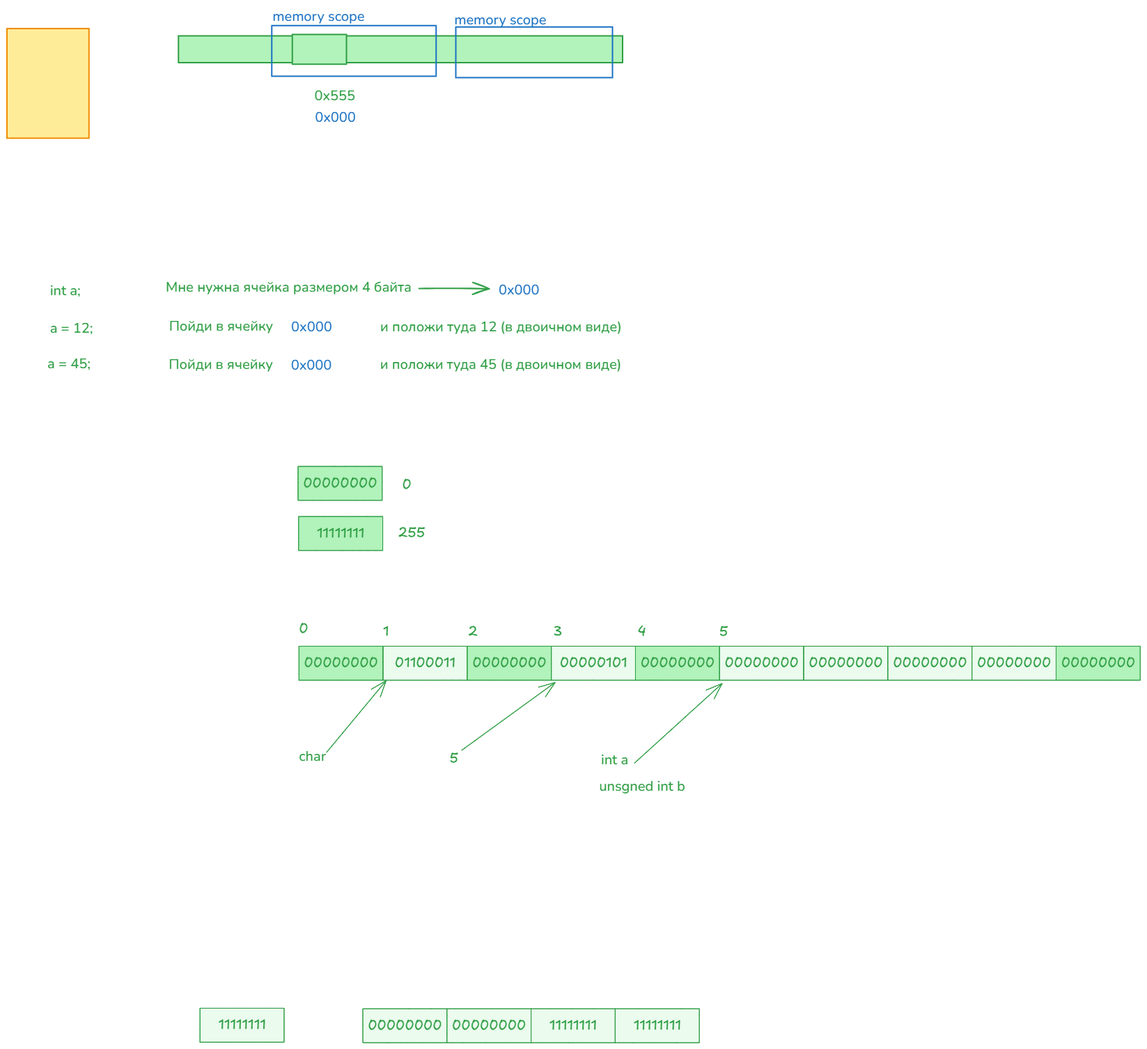
Before: img/02.types.excalidraw.png, a diagram exported from Excalidraw (silvercodes/p53_cpp). Source tidied: one line per element, renumbered; positions are measured from the earlier drawing's top-left corner, leaving out a move shared by most shapes.
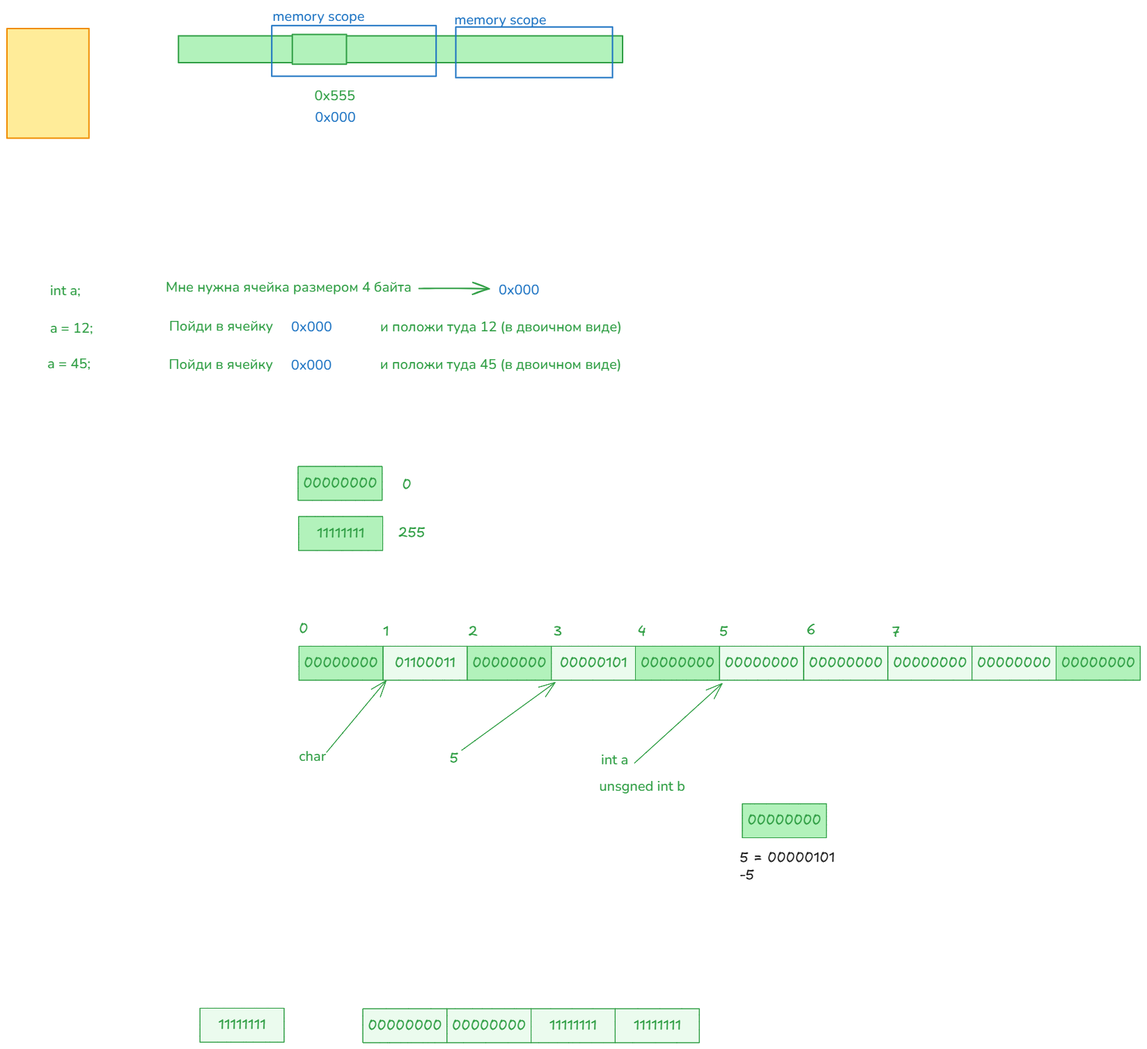
The same diagram one commit later.

What changed in the source:
```diff
@@ -12,8 +12,8 @@
 {"id": 11, "type": "text", "text": "00000000", "strokeColor": "#2f9e44", "backgroundColor": "#b2f2bb", "fillStyle": "solid", "strokeWidth": 1, "roughness": 0, "fontSize": 20, "fontFamily": 5, "textAlign": "center", "verticalAlign": "middle", "inside": 10, "x": 668, "y": 930, "width": 106, "height": 25}
 {"id": 12, "type": "rectangle", "strokeColor": "#2f9e44", "backgroundColor": "#ebfbee", "fillStyle": "solid", "strokeWidth": 1, "roughness": 0, "x": 782, "y": 918, "width": 121, "height": 49}
 {"id": 13, "type": "text", "text": "00000101", "strokeColor": "#2f9e44", "backgroundColor": "#b2f2bb", "fillStyle": "solid", "strokeWidth": 1, "roughness": 0, "fontSize": 20, "fontFamily": 5, "textAlign": "center", "verticalAlign": "middle", "inside": 12, "x": 794, "y": 930, "width": 97, "height": 25}
-{"id": 14, "type": "rectangle", "strokeColor": "#2f9e44", "backgroundColor": "#b2f2bb", "fillStyle": "solid", "strokeWidth": 1, "roughness": 0, "x": 902, "y": 918, "width": 121, "height": 49}
-{"id": 15, "type": "text", "text": "00000000", "strokeColor": "#2f9e44", "backgroundColor": "#b2f2bb", "fillStyle": "solid", "strokeWidth": 1, "roughness": 0, "fontSize": 20, "fontFamily": 5, "textAlign": "center", "verticalAlign": "middle", "inside": 14, "x": 910, "y": 930, "width": 106, "height": 25}
+{"id": 69, "type": "rectangle", "strokeColor": "#2f9e44", "backgroundColor": "#b2f2bb", "fillStyle": "solid", "strokeWidth": 1, "roughness": 0, "x": 902, "y": 918, "width": 121, "height": 49}
+{"id": 70, "type": "text", "text": "00000000", "strokeColor": "#2f9e44", "backgroundColor": "#b2f2bb", "fillStyle": "solid", "strokeWidth": 1, "roughness": 0, "fontSize": 20, "fontFamily": 5, "textAlign": "center", "verticalAlign": "middle", "inside": 69, "x": 910, "y": 930, "width": 106, "height": 25}
 {"id": 16, "type": "rectangle", "strokeColor": "#2f9e44", "backgroundColor": "#ebfbee", "fillStyle": "solid", "strokeWidth": 1, "roughness": 0, "x": 1023, "y": 918, "width": 121, "height": 49}
 {"id": 17, "type": "text", "text": "00000000", "strokeColor": "#2f9e44", "backgroundColor": "#b2f2bb", "fillStyle": "solid", "strokeWidth": 1, "roughness": 0, "fontSize": 20, "fontFamily": 5, "textAlign": "center", "verticalAlign": "middle", "inside": 16, "x": 1031, "y": 930, "width": 106, "height": 25}
 {"id": 18, "type": "rectangle", "strokeColor": "#2f9e44", "backgroundColor": "#ebfbee", "fillStyle": "solid", "strokeWidth": 1, "roughness": 0, "x": 1144, "y": 918, "width": 121, "height": 49}
@@ -32,7 +32,7 @@
 {"id": 31, "type": "text", "text": "5", "strokeColor": "#2f9e44", "backgroundColor": "#b2f2bb", "fillStyle": "solid", "strokeWidth": 1, "roughness": 0, "fontSize": 20, "fontFamily": 5, "x": 636, "y": 1067, "width": 12, "height": 25}
 {"id": 32, "type": "arrow", "strokeColor": "#2f9e44", "backgroundColor": "#b2f2bb", "fillStyle": "solid", "strokeWidth": 1, "roughness": 0, "endArrowhead": "arrow", "round": true, "to": 12, "x": 653, "y": 1068, "width": 134, "height": 98, "points": [[0, 0], [134, -98]]}
 {"id": 33, "type": "text", "text": "int a", "strokeColor": "#2f9e44", "backgroundColor": "#ebfbee", "fillStyle": "solid", "strokeWidth": 1, "roughness": 0, "fontSize": 20, "fontFamily": 6, "x": 853, "y": 1068, "width": 39, "height": 27}
-{"id": 34, "type": "text", "text": "5", "strokeColor": "#2f9e44", "backgroundColor": "#b2f2bb", "fillStyle": "solid", "strokeWidth": 1, "roughness": 0, "fontSize": 20, "fontFamily": 5, "x": 1023, "y": 886, "width": 12, "height": 25}
+{"id": 71, "type": "text", "text": "5", "strokeColor": "#2f9e44", "backgroundColor": "#b2f2bb", "fillStyle": "solid", "strokeWidth": 1, "roughness": 0, "fontSize": 20, "fontFamily": 5, "x": 1023, "y": 886, "width": 12, "height": 25}
 {"id": 35, "type": "arrow", "strokeColor": "#2f9e44", "backgroundColor": "#ebfbee", "fillStyle": "solid", "strokeWidth": 1, "roughness": 0, "endArrowhead": "arrow", "round": true, "from": 33, "to": 16, "x": 901, "y": 1086, "width": 126, "height": 114, "points": [[0, 0], [126, -114]]}
 {"id": 36, "type": "text", "text": "unsgned int b", "strokeColor": "#2f9e44", "backgroundColor": "#ebfbee", "fillStyle": "solid", "strokeWidth": 1, "roughness": 0, "fontSize": 20, "fontFamily": 6, "x": 850, "y": 1106, "width": 124, "height": 27}
 {"id": 37, "type": "text", "text": "char", "strokeColor": "#2f9e44", "backgroundColor": "#ebfbee", "fillStyle": "solid", "strokeWidth": 1, "roughness": 0, "fontSize": 20, "fontFamily": 6, "x": 419, "y": 1063, "width": 39, "height": 27}
@@ -67,3 +67,8 @@
 {"id": 66, "type": "text", "text": "11111111", "strokeColor": "#2f9e44", "backgroundColor": "#b2f2bb", "fillStyle": "solid", "strokeWidth": 1, "roughness": 0, "fontSize": 20, "fontFamily": 5, "textAlign": "center", "verticalAlign": "middle", "inside": 65, "x": 900, "y": 1451, "width": 68, "height": 25}
 {"id": 67, "type": "rectangle", "strokeColor": "#2f9e44", "backgroundColor": "#ebfbee", "fillStyle": "solid", "strokeWidth": 1, "roughness": 0, "x": 277, "y": 1438, "width": 121, "height": 49}
 {"id": 68, "type": "text", "text": "11111111", "strokeColor": "#2f9e44", "backgroundColor": "#b2f2bb", "fillStyle": "solid", "strokeWidth": 1, "roughness": 0, "fontSize": 20, "fontFamily": 5, "textAlign": "center", "verticalAlign": "middle", "inside": 67, "x": 303, "y": 1450, "width": 68, "height": 25}
+{"id": 14, "type": "rectangle", "strokeColor": "#2f9e44", "backgroundColor": "#b2f2bb", "fillStyle": "solid", "strokeWidth": 1, "roughness": 0, "x": 1056, "y": 1145, "width": 121, "height": 49}
+{"id": 15, "type": "text", "text": "00000000", "strokeColor": "#2f9e44", "backgroundColor": "#b2f2bb", "fillStyle": "solid", "strokeWidth": 1, "roughness": 0, "fontSize": 20, "fontFamily": 5, "textAlign": "center", "verticalAlign": "middle", "inside": 14, "x": 1063, "y": 1157, "width": 106, "height": 25}
+{"id": 72, "type": "text", "text": "5 = 00000101\n-5", "strokeColor": "#1e1e1e", "strokeWidth": 2, "roughness": 1, "fontSize": 20, "fontFamily": 5, "x": 1053, "y": 1211, "width": 136, "height": 50}
+{"id": 73, "type": "text", "text": "6", "strokeColor": "#2f9e44", "backgroundColor": "#b2f2bb", "fillStyle": "solid", "strokeWidth": 1, "roughness": 0, "fontSize": 20, "fontFamily": 5, "x": 1148, "y": 883, "width": 13, "height": 25}
+{"id": 34, "type": "text", "text": "7", "strokeColor": "#2f9e44", "backgroundColor": "#b2f2bb", "fillStyle": "solid", "strokeWidth": 1, "roughness": 0, "fontSize": 20, "fontFamily": 5, "x": 1271, "y": 886, "width": 11, "height": 25}
```
